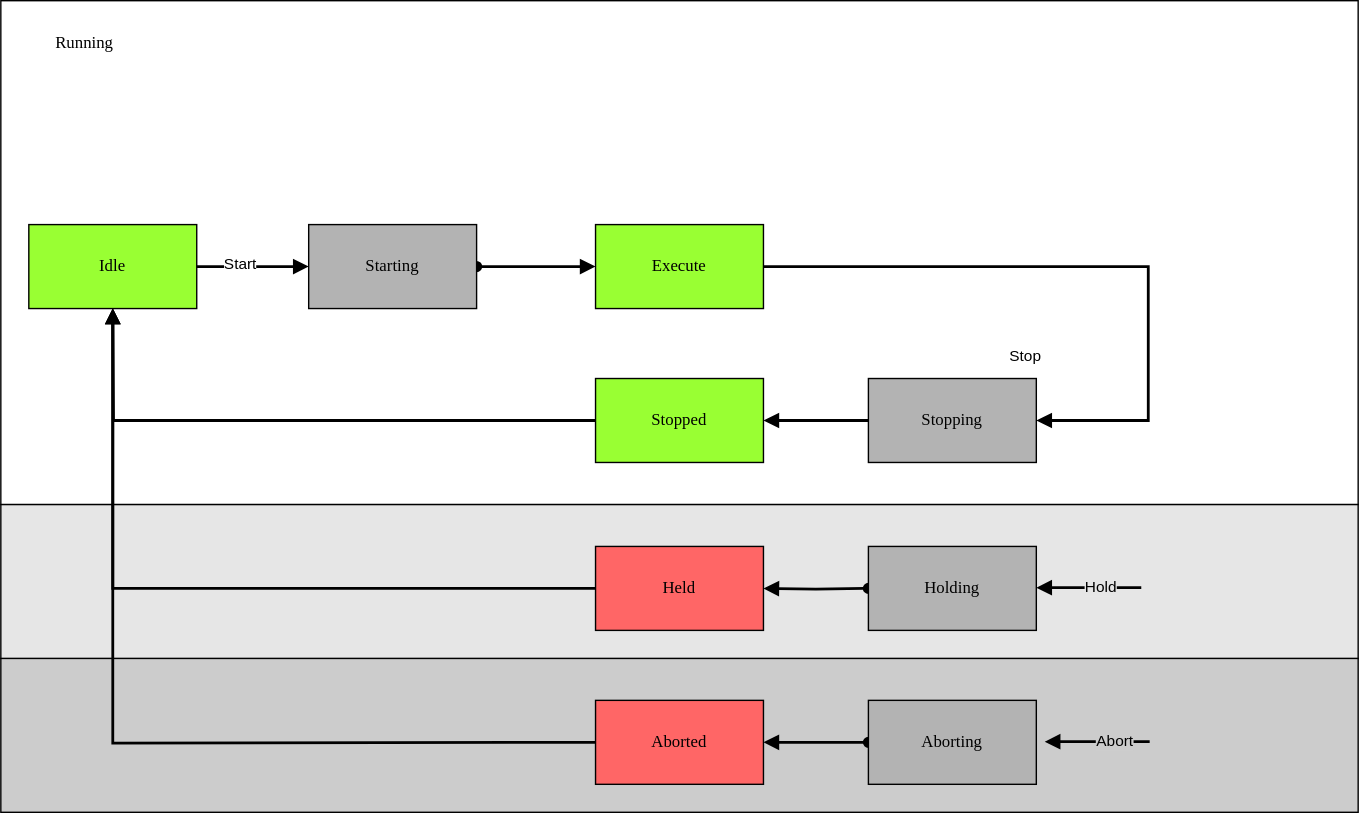
This is docs/StateMachine.drawio.svg from PeterZerlauth/Tc3_Component, a draw.io export, as it was before one commit. Source tidied: cells renumbered, new cells last; positions are measured from the earlier drawing's top-left corner, leaving out a move shared by most shapes.
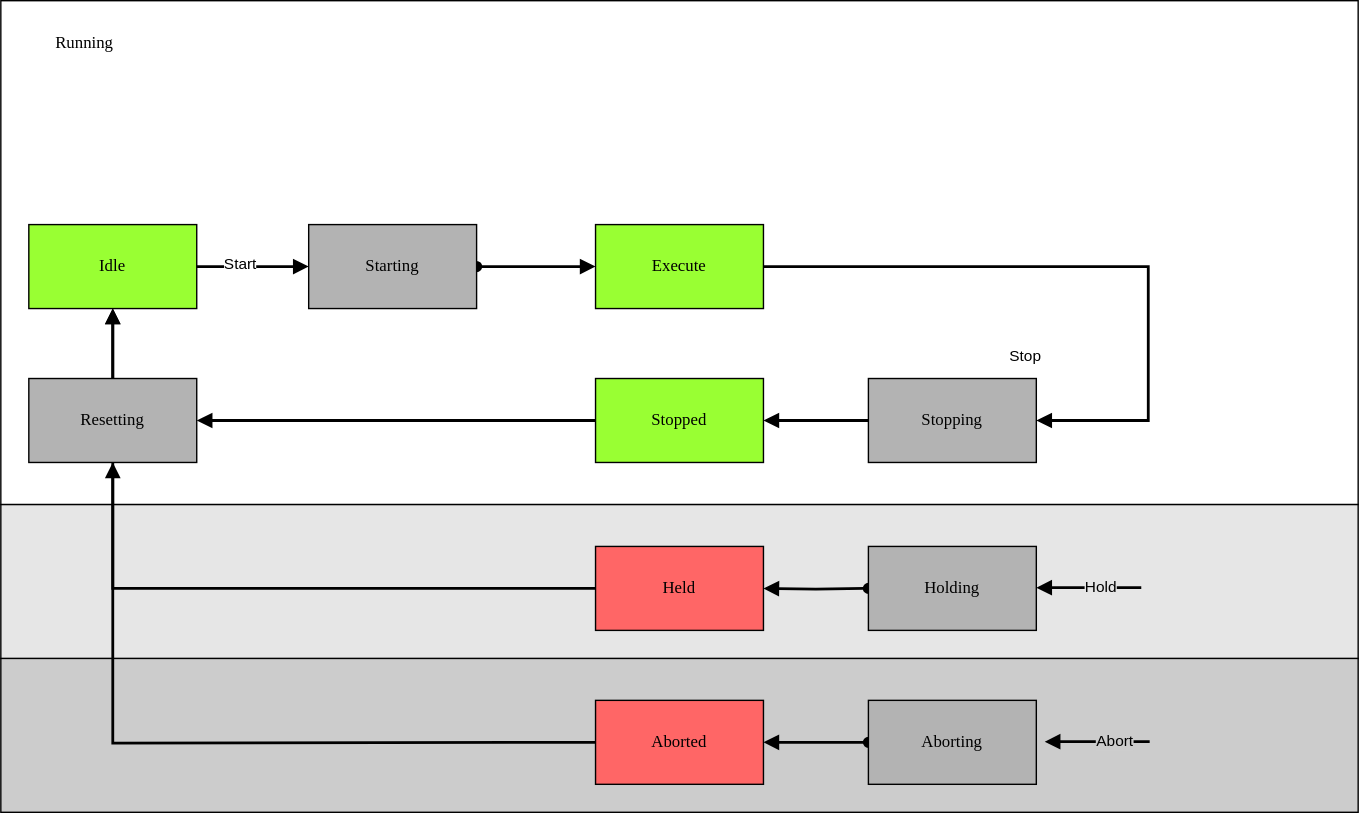
The same file after the commit.

The edit, as a diff of the source:
```diff
@@ -86,15 +86,8 @@
     <mxCell id="25" style="edgeStyle=orthogonalEdgeStyle;rounded=0;jettySize=auto;html=1;strokeColor=default;align=center;verticalAlign=middle;fontFamily=Helvetica;fontSize=11;fontColor=default;labelBackgroundColor=default;endArrow=block;endFill=1;strokeWidth=2;exitX=0;exitY=0.5;exitDx=0;exitDy=0;entryX=1;entryY=0.5;entryDx=0;entryDy=0;" parent="1" edge="1" source="24" target="23">
       <mxGeometry relative="1" as="geometry" />
     </mxCell>
-    <mxCell id="26" style="edgeStyle=orthogonalEdgeStyle;rounded=0;jettySize=auto;html=1;strokeColor=default;align=center;verticalAlign=middle;fontFamily=Helvetica;fontSize=11;fontColor=default;labelBackgroundColor=default;endArrow=block;endFill=1;strokeWidth=2;exitX=0;exitY=0.5;exitDx=0;exitDy=0;" parent="1" edge="1" source="23">
-      <mxGeometry relative="1" as="geometry">
-        <mxPoint x="80" y="220" as="targetPoint" />
-      </mxGeometry>
-    </mxCell>
-    <mxCell id="27" style="edgeStyle=orthogonalEdgeStyle;rounded=0;jettySize=auto;html=1;strokeColor=default;align=center;verticalAlign=middle;fontFamily=Helvetica;fontSize=11;fontColor=default;labelBackgroundColor=default;endArrow=block;endFill=1;strokeWidth=2;entryX=0.5;entryY=1;entryDx=0;entryDy=0;" parent="1" edge="1" target="8">
-      <mxGeometry relative="1" as="geometry">
-        <mxPoint x="425" y="530" as="sourcePoint" />
-      </mxGeometry>
+    <mxCell id="27" style="edgeStyle=orthogonalEdgeStyle;rounded=0;jettySize=auto;html=1;strokeColor=default;align=center;verticalAlign=middle;fontFamily=Helvetica;fontSize=11;fontColor=default;labelBackgroundColor=default;endArrow=block;endFill=1;strokeWidth=2;entryX=0.5;entryY=1;entryDx=0;entryDy=0;" parent="1" edge="1" source="32" target="8">
+      <mxGeometry relative="1" as="geometry" />
     </mxCell>
     <mxCell id="28" style="edgeStyle=orthogonalEdgeStyle;rounded=0;jettySize=auto;html=1;strokeColor=default;align=center;verticalAlign=middle;fontFamily=Helvetica;fontSize=11;fontColor=default;labelBackgroundColor=default;endArrow=block;endFill=1;strokeWidth=2;entryX=1;entryY=0.5;entryDx=0;entryDy=0;exitX=1;exitY=0.5;exitDx=0;exitDy=0;" parent="1" edge="1" source="5" target="24">
       <mxGeometry relative="1" as="geometry">
@@ -109,5 +102,16 @@
         <mxPoint y="66" as="offset" />
       </mxGeometry>
     </mxCell>
+    <mxCell id="30" style="edgeStyle=orthogonalEdgeStyle;rounded=0;jettySize=auto;html=1;strokeColor=default;align=center;verticalAlign=middle;fontFamily=Helvetica;fontSize=11;fontColor=default;labelBackgroundColor=default;endArrow=block;endFill=1;strokeWidth=2;exitX=0;exitY=0.5;exitDx=0;exitDy=0;" parent="1" edge="1" source="23" target="32">
+      <mxGeometry relative="1" as="geometry" />
+    </mxCell>
+    <mxCell id="31" style="edgeStyle=orthogonalEdgeStyle;rounded=0;jettySize=auto;html=1;strokeColor=default;align=center;verticalAlign=middle;fontFamily=Helvetica;fontSize=11;fontColor=default;labelBackgroundColor=default;endArrow=block;endFill=1;strokeWidth=2;entryX=0.5;entryY=1;entryDx=0;entryDy=0;" parent="1" edge="1" target="32">
+      <mxGeometry relative="1" as="geometry">
+        <mxPoint x="425" y="530" as="sourcePoint" />
+      </mxGeometry>
+    </mxCell>
+    <mxCell id="32" value="Resetting" style="rounded=0;whiteSpace=wrap;html=1;arcSize=24;fillColor=#B3B3B3;strokeColor=#000000;shadow=0;comic=0;labelBackgroundColor=none;fontFamily=Verdana;fontSize=12;fontColor=#000000;align=center;" parent="1" vertex="1">
+      <mxGeometry x="20" y="270" width="120" height="60" as="geometry" />
+    </mxCell>
   </root>
 </mxGraphModel>
```
